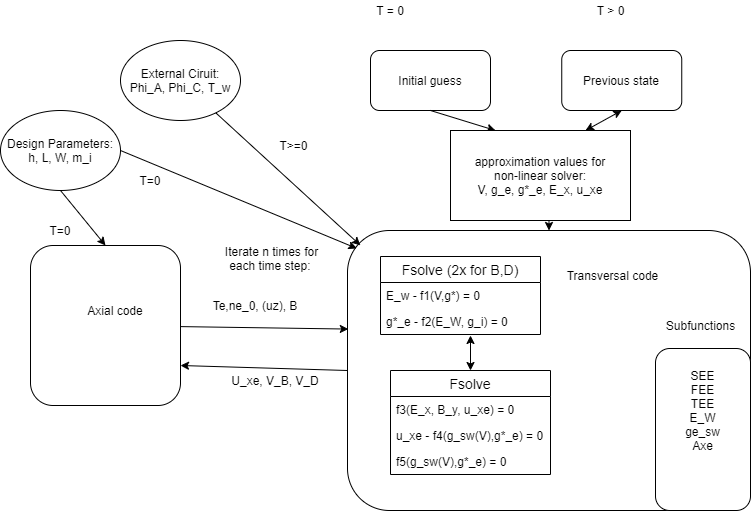
Before: DocFigs/CodeDiagram_V3.png, a diagram exported from draw.io (Yonislg/TransversePPT). Source tidied: cells renumbered, new cells last; positions are measured from the earlier drawing's top-left corner, leaving out a move shared by most shapes.
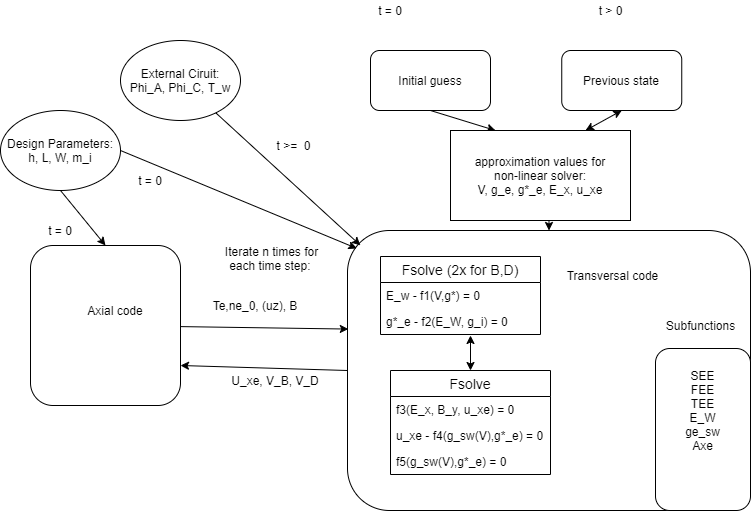
After the commit.

Diff of the diagram source:
```diff
@@ -29,10 +29,10 @@
     <mxCell id="10" style="endArrow=classic;html=1;exitX=0.5;exitY=1;exitDx=0;exitDy=0;entryX=0.25;entryY=0;entryDx=0;entryDy=0;" parent="1" edge="1" source="7" target="34">
       <mxGeometry relative="1" as="geometry" />
     </mxCell>
-    <mxCell id="11" value="T = 0" style="text;html=1;strokeColor=none;fillColor=none;align=center;verticalAlign=middle;whiteSpace=wrap;rounded=0;" parent="1" vertex="1">
+    <mxCell id="11" value="t = 0" style="text;html=1;strokeColor=none;fillColor=none;align=center;verticalAlign=middle;whiteSpace=wrap;rounded=0;" parent="1" vertex="1">
       <mxGeometry x="370" width="40" height="20" as="geometry" />
     </mxCell>
-    <mxCell id="12" value="T &amp;gt; 0" style="text;html=1;align=center;verticalAlign=middle;" parent="1" vertex="1">
+    <mxCell id="12" value="t &amp;gt; 0" style="text;html=1;align=center;verticalAlign=middle;" parent="1" vertex="1">
       <mxGeometry x="590" width="40" height="20" as="geometry" />
     </mxCell>
     <mxCell id="13" value="External Ciruit:&lt;br&gt;Phi_A, Phi_C, T_w" style="ellipse;whiteSpace=wrap;html=1;" parent="1" vertex="1">
@@ -106,14 +106,14 @@
     <mxCell id="35" value="approximation values for non-linear solver:&lt;br&gt;V, g_e, g*_e, E_x, u_xe" style="text;html=1;strokeColor=none;fillColor=none;align=center;verticalAlign=middle;whiteSpace=wrap;rounded=0;" parent="1" vertex="1">
       <mxGeometry x="470" y="145" width="140" height="60" as="geometry" />
     </mxCell>
-    <mxCell id="36" value="T=0" style="text;html=1;strokeColor=none;fillColor=none;align=center;verticalAlign=middle;whiteSpace=wrap;rounded=0;" parent="1" vertex="1">
+    <mxCell id="36" value="t = 0" style="text;html=1;strokeColor=none;fillColor=none;align=center;verticalAlign=middle;whiteSpace=wrap;rounded=0;" parent="1" vertex="1">
       <mxGeometry x="130" y="170" width="40" height="20" as="geometry" />
     </mxCell>
-    <mxCell id="37" value="T=0" style="text;html=1;strokeColor=none;fillColor=none;align=center;verticalAlign=middle;whiteSpace=wrap;rounded=0;" parent="1" vertex="1">
+    <mxCell id="37" value="t = 0" style="text;html=1;strokeColor=none;fillColor=none;align=center;verticalAlign=middle;whiteSpace=wrap;rounded=0;" parent="1" vertex="1">
       <mxGeometry x="40" y="220" width="40" height="20" as="geometry" />
     </mxCell>
-    <mxCell id="38" value="T&amp;gt;=0" style="text;html=1;align=center;verticalAlign=middle;" parent="1" vertex="1">
-      <mxGeometry x="273" y="135" width="40" height="20" as="geometry" />
+    <mxCell id="38" value="t &amp;gt;=&amp;nbsp; 0" style="text;html=1;align=center;verticalAlign=middle;" parent="1" vertex="1">
+      <mxGeometry x="268" y="135" width="50" height="20" as="geometry" />
     </mxCell>
     <mxCell id="39" value="Iterate n times for each time step:&amp;nbsp;" style="text;html=1;strokeColor=none;fillColor=none;align=center;verticalAlign=middle;whiteSpace=wrap;rounded=0;" parent="1" vertex="1">
       <mxGeometry x="213" y="236" width="117" height="44" as="geometry" />
```
